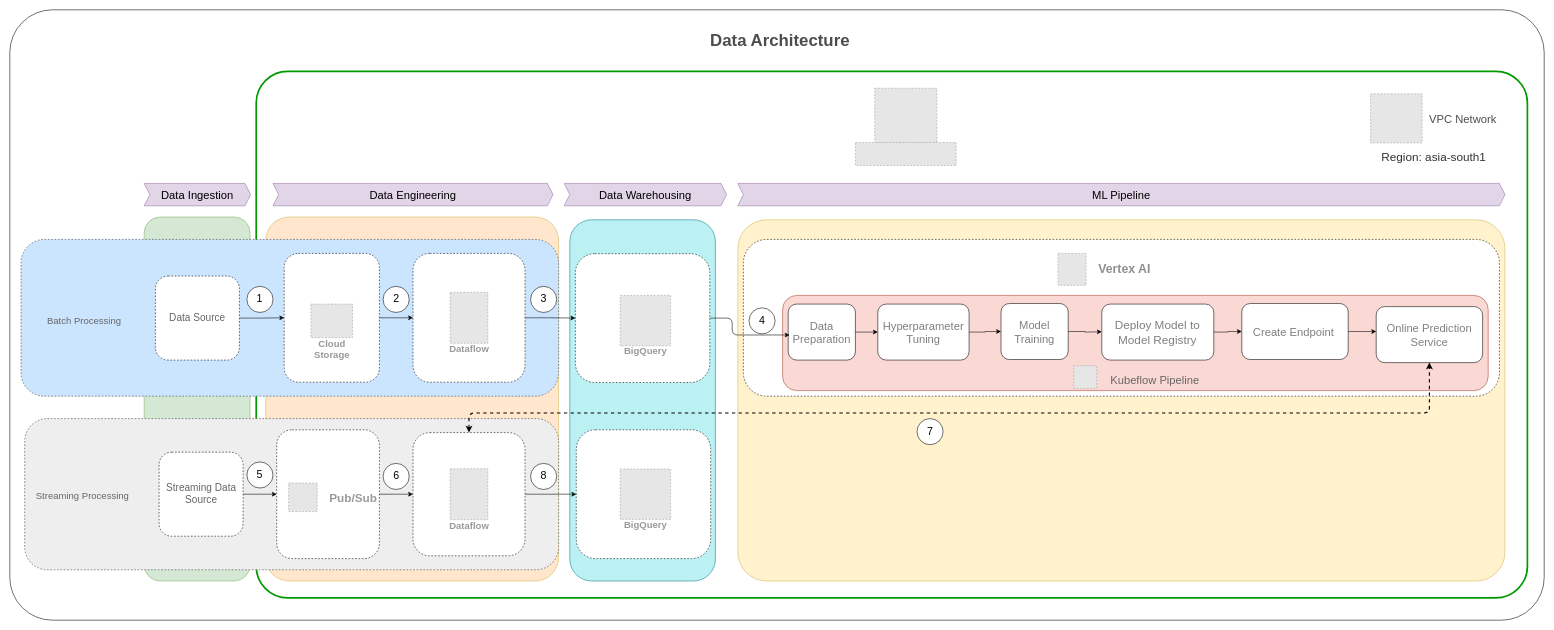
The draw.io diagram ML Ops Architecture.drawio in adityasolanki205/Architecture_diagrams, before the edit. Source tidied: cells renumbered, new cells numbered last; positions are measured from the earlier drawing's top-left corner, leaving out a move shared by most shapes. Both pictures are drawn from the tidied source at 56%, with x=0, y=0 at pixel (10, 10). Pictures stored in the file or linked from it are replaced by grey dashed boxes.
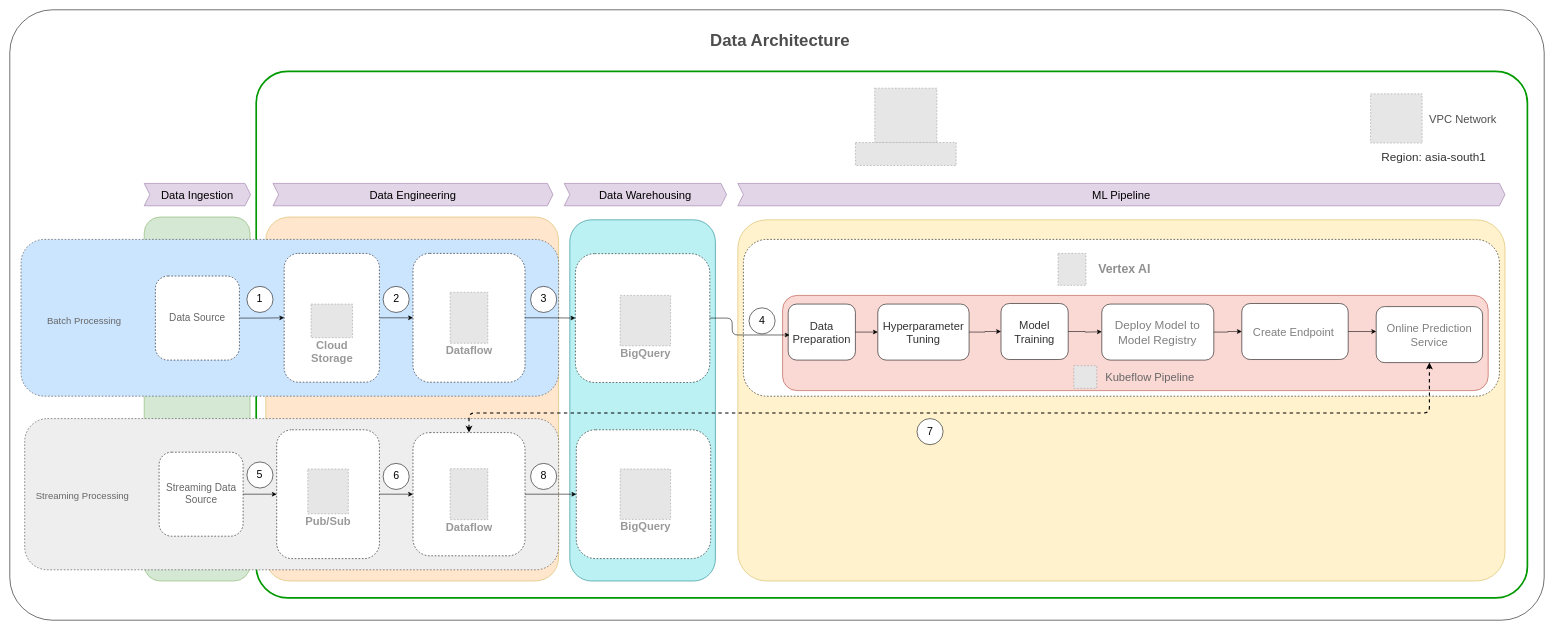
The same page after the edit.

The change refers to these unchanged cells:
```xml
<mxCell id="25" style="group;flipH=1;flipV=1;" parent="1" vertex="1">
  <mxGeometry x="1390" y="525.5" width="120" height="100" as="geometry" />
</mxCell>
<mxCell id="29" style="group;fontSize=16;" parent="28" vertex="1">
  <mxGeometry width="163" height="100" as="geometry" />
</mxCell>
<mxCell id="34" style="group;" parent="33" vertex="1">
  <mxGeometry width="120" height="100" as="geometry" />
</mxCell>
<mxCell id="56" style="group;" parent="1" vertex="1">
  <mxGeometry x="476.6" y="750" width="183.4" height="230" as="geometry" />
</mxCell>
<mxCell id="60" style="group;" parent="1" vertex="1">
  <mxGeometry x="720" y="730" width="256.6" height="245" as="geometry" />
</mxCell>
```

Change to the diagram source:
```diff
@@
-    <mxCell id="14" value="Cloud&#10;Storage" style="fillColor=#E6E6E6;strokeColor=#999999;dashed=1;html=1;verticalAlign=top;labelPosition=center;verticalLabelPosition=bottom;align=center;spacingTop=-6;fontSize=17;fontStyle=1;fontColor=#999999;" parent="1" vertex="1">
+    <mxCell id="14" value="Cloud&#10;Storage" style="fillColor=#E6E6E6;strokeColor=#999999;dashed=1;html=1;verticalAlign=top;labelPosition=center;verticalLabelPosition=bottom;align=center;spacingTop=-6;fontSize=20;fontStyle=1;fontColor=#999999;" parent="1" vertex="1">
       <mxGeometry x="537.9" y="525.5" width="74.1" height="60" as="geometry" />
     </mxCell>
@@
-    <mxCell id="18" value="Dataflow" style="fillColor=#E6E6E6;strokeColor=#999999;dashed=1;html=1;verticalAlign=top;labelPosition=center;verticalLabelPosition=bottom;align=center;spacingTop=-6;fontSize=17;fontStyle=1;fontColor=#999999;" parent="1" vertex="1">
+    <mxCell id="18" value="Dataflow" style="fillColor=#E6E6E6;strokeColor=#999999;dashed=1;html=1;verticalAlign=top;labelPosition=center;verticalLabelPosition=bottom;align=center;spacingTop=-6;fontSize=20;fontStyle=1;fontColor=#999999;" parent="1" vertex="1">
       <mxGeometry x="786.4" y="504.5" width="67.2" height="91" as="geometry" />
     </mxCell>
@@
-    <mxCell id="23" value="BigQuery" style="fillColor=#E6E6E6;strokeColor=#999999;dashed=1;html=1;verticalAlign=top;labelPosition=center;verticalLabelPosition=bottom;align=center;spacingTop=-6;fontSize=17;fontStyle=1;fontColor=#999999;" parent="1" vertex="1">
+    <mxCell id="23" value="BigQuery" style="fillColor=#E6E6E6;strokeColor=#999999;dashed=1;html=1;verticalAlign=top;labelPosition=center;verticalLabelPosition=bottom;align=center;spacingTop=-6;fontSize=20;fontStyle=1;fontColor=#999999;" parent="1" vertex="1">
       <mxGeometry x="1090" y="510" width="90" height="90" as="geometry" />
     </mxCell>
@@
-    <mxCell id="27" value="&lt;font style=&quot;font-size: 20px;&quot;&gt;Data Preparation&lt;/font&gt;" style="text;html=1;align=center;verticalAlign=middle;whiteSpace=wrap;rounded=0;fontColor=light-dark(#7F7F7F,#EDEDED);fontSize=16;fontStyle=0;" parent="25" vertex="1">
+    <mxCell id="27" value="&lt;font style=&quot;font-size: 20px; color: rgb(51, 51, 51);&quot;&gt;Data Preparation&lt;/font&gt;" style="text;html=1;align=center;verticalAlign=middle;whiteSpace=wrap;rounded=0;fontColor=light-dark(#7F7F7F,#EDEDED);fontSize=16;fontStyle=0;" parent="25" vertex="1">
       <mxGeometry x="30" y="35" width="60" height="30" as="geometry" />
     </mxCell>
@@
-    <mxCell id="31" value="&lt;font style=&quot;font-size: 20px;&quot;&gt;Hyperparameter Tuning&lt;/font&gt;" style="text;html=1;align=center;verticalAlign=middle;whiteSpace=wrap;rounded=0;fontColor=light-dark(#7F7F7F,#EDEDED);fontSize=14;fontStyle=0;" parent="29" vertex="1">
+    <mxCell id="31" value="&lt;font style=&quot;font-size: 20px; color: rgb(51, 51, 51);&quot;&gt;Hyperparameter Tuning&lt;/font&gt;" style="text;html=1;align=center;verticalAlign=middle;whiteSpace=wrap;rounded=0;fontColor=light-dark(#7F7F7F,#EDEDED);fontSize=14;fontStyle=0;" parent="29" vertex="1">
       <mxGeometry x="38" y="35" width="86.9" height="30" as="geometry" />
     </mxCell>
@@
-    <mxCell id="37" value="&lt;font style=&quot;font-size: 20px;&quot;&gt;Model Training&lt;/font&gt;" style="text;html=1;align=center;verticalAlign=middle;whiteSpace=wrap;rounded=0;fontColor=light-dark(#7F7F7F,#EDEDED);fontSize=14;fontStyle=0;" parent="34" vertex="1">
+    <mxCell id="37" value="&lt;font style=&quot;font-size: 20px; color: rgb(51, 51, 51);&quot;&gt;Model Training&lt;/font&gt;" style="text;html=1;align=center;verticalAlign=middle;whiteSpace=wrap;rounded=0;fontColor=light-dark(#7F7F7F,#EDEDED);fontSize=14;fontStyle=0;" parent="34" vertex="1">
       <mxGeometry x="20" y="35" width="80" height="30" as="geometry" />
     </mxCell>
@@
     <mxCell id="47" value="&lt;font style=&quot;color: rgb(102, 102, 102); font-size: 20px;&quot;&gt;Kubeflow Pipeline&lt;/font&gt;" style="text;html=1;align=center;verticalAlign=middle;whiteSpace=wrap;rounded=0;fontSize=16;" parent="1" vertex="1">
-      <mxGeometry x="1950" y="646.1" width="190" height="30" as="geometry" />
+      <mxGeometry x="1941" y="640.8" width="190" height="30" as="geometry" />
     </mxCell>
@@
-    <mxCell id="58" style="fillColor=#ffffff;strokeColor=none;shadow=0;strokeWidth=1;rounded=1;absoluteArcSize=1;arcSize=2;" parent="56" vertex="1">
-      <mxGeometry x="4.8" y="80" width="173.7" height="75" as="geometry" />
-    </mxCell>
-    <mxCell id="59" value="Pub/Sub" style="fillColor=#E6E6E6;strokeColor=#999999;dashed=1;html=1;fontColor=#999999;verticalLabelPosition=middle;verticalAlign=middle;labelPosition=right;align=left;spacingLeft=20;fontSize=21;fontStyle=1;" parent="58" vertex="1">
-      <mxGeometry width="51" height="51" relative="1" as="geometry">
-        <mxPoint x="16.5" y="15" as="offset" />
-      </mxGeometry>
+    <mxCell id="59" value="Pub/Sub" style="fillColor=#E6E6E6;strokeColor=#999999;dashed=1;html=1;verticalAlign=top;labelPosition=center;verticalLabelPosition=bottom;align=center;spacingTop=-6;fontSize=20;fontStyle=1;fontColor=#999999;" parent="56" vertex="1">
+      <mxGeometry x="55.5" y="70" width="72.4" height="80" as="geometry" />
     </mxCell>
@@
-    <mxCell id="62" value="Dataflow" style="fillColor=#E6E6E6;strokeColor=#999999;dashed=1;html=1;verticalAlign=top;labelPosition=center;verticalLabelPosition=bottom;align=center;spacingTop=-6;fontSize=17;fontStyle=1;fontColor=#999999;" parent="60" vertex="1">
+    <mxCell id="62" value="Dataflow" style="fillColor=#E6E6E6;strokeColor=#999999;dashed=1;html=1;verticalAlign=top;labelPosition=center;verticalLabelPosition=bottom;align=center;spacingTop=-6;fontSize=20;fontStyle=1;fontColor=#999999;" parent="60" vertex="1">
       <mxGeometry x="66.4" y="89.5" width="67.2" height="91" as="geometry" />
     </mxCell>
@@
-    <mxCell id="65" value="BigQuery" style="fillColor=#E6E6E6;strokeColor=#999999;dashed=1;html=1;verticalAlign=top;labelPosition=center;verticalLabelPosition=bottom;align=center;spacingTop=-6;fontSize=17;fontStyle=1;fontColor=#999999;" parent="1" vertex="1">
+    <mxCell id="65" value="BigQuery" style="fillColor=#E6E6E6;strokeColor=#999999;dashed=1;html=1;verticalAlign=top;labelPosition=center;verticalLabelPosition=bottom;align=center;spacingTop=-6;fontSize=20;fontStyle=1;fontColor=#999999;" parent="1" vertex="1">
       <mxGeometry x="1090" y="820" width="90" height="90" as="geometry" />
     </mxCell>
```
